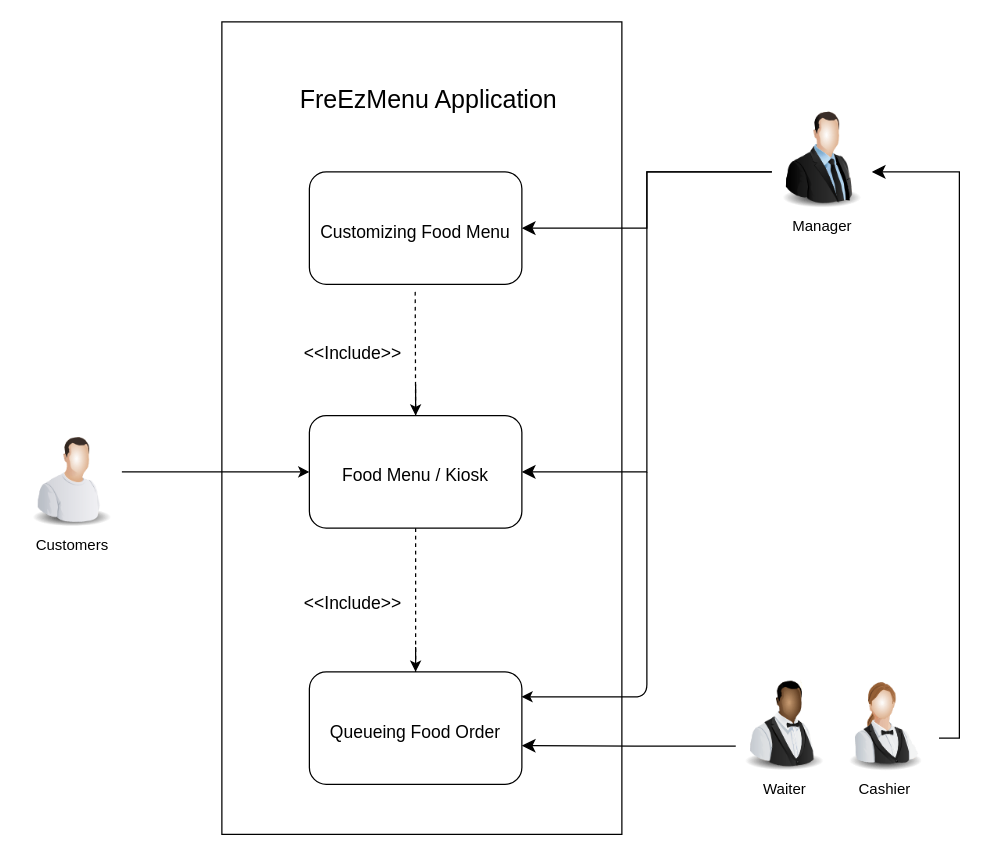
alexxGmZ/MenuMaApp keeps this draw.io diagram as DOCS/Diagrams/Use Case Diagram.drawio. Above is the earlier version. Source tidied: cells renumbered, new cells numbered last; positions are measured from the earlier drawing's top-left corner, leaving out a move shared by most shapes. Both pictures are drawn from the tidied source at 125%, with x=0, y=0 at pixel (21, 21).
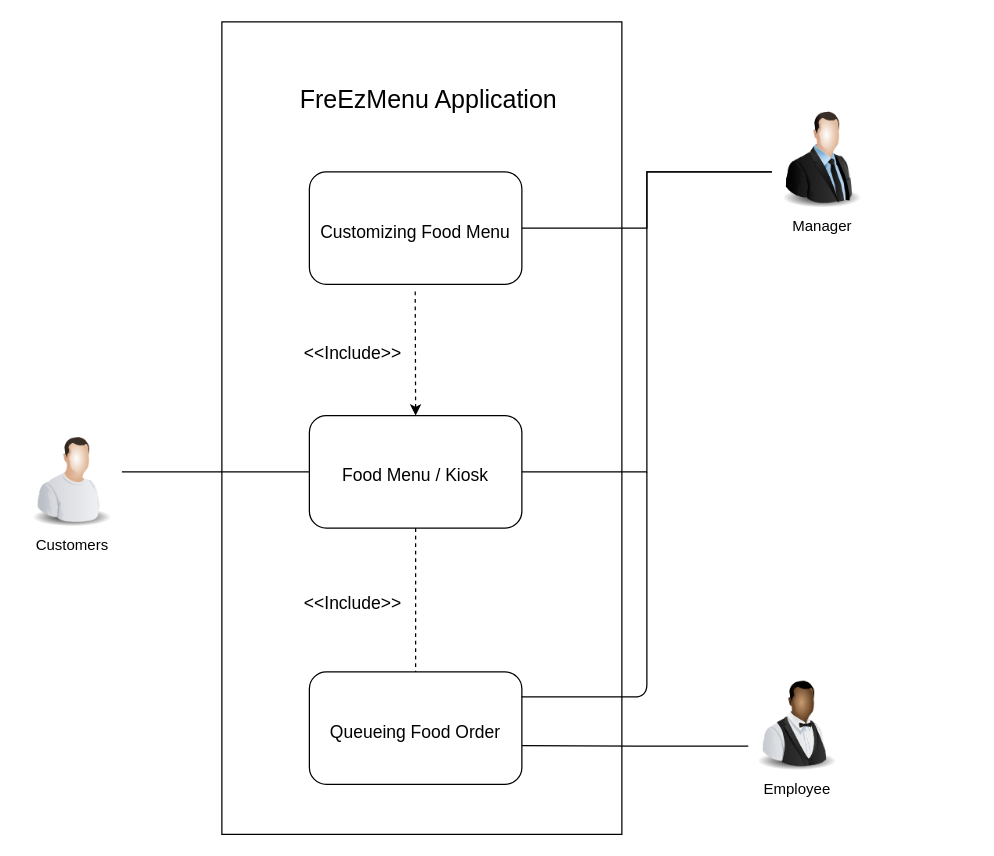
After the change.

Commit message:
diagram(usecase diagram): modified

Unchanged cells that the change refers to:
```xml
<mxCell id="3" value="&lt;span style=&quot;font-size: 14px;&quot;&gt;Food Menu / Kiosk&lt;/span&gt;" style="rounded=1;whiteSpace=wrap;html=1;fontSize=20;" parent="1" vertex="1">
  <mxGeometry x="230" y="315" width="170" height="90" as="geometry" />
</mxCell>
<mxCell id="4" value="&lt;span style=&quot;font-size: 14px;&quot;&gt;Customizing Food Menu&lt;/span&gt;" style="rounded=1;whiteSpace=wrap;html=1;fontSize=20;" parent="1" vertex="1">
  <mxGeometry x="230" y="120" width="170" height="90" as="geometry" />
</mxCell>
<mxCell id="5" value="&lt;span style=&quot;font-size: 14px;&quot;&gt;Queueing Food Order&lt;/span&gt;" style="rounded=1;whiteSpace=wrap;html=1;fontSize=20;" parent="1" vertex="1">
  <mxGeometry x="230" y="520" width="170" height="90" as="geometry" />
</mxCell>
<mxCell id="18" value="Manager" style="image;html=1;image=img/lib/clip_art/people/Suit_Man_128x128.png;" parent="1" vertex="1">
  <mxGeometry x="600" y="70" width="80" height="80" as="geometry" />
</mxCell>
```

What changed in the source:
```diff
@@
-    <mxCell id="6" style="endArrow=classic;html=1;fontSize=14;" parent="1" edge="1" target="3">
+    <mxCell id="6" style="endArrow=none;html=1;fontSize=14;endFill=0;" parent="1" edge="1" target="3">
       <mxGeometry relative="1" as="geometry">
         <mxPoint x="80" y="360" as="sourcePoint" />
       </mxGeometry>
     </mxCell>
-    <mxCell id="7" style="edgeStyle=elbowEdgeStyle;elbow=horizontal;endArrow=classic;html=1;curved=0;rounded=0;endSize=8;startSize=8;fontSize=14;entryX=1;entryY=0.5;entryDx=0;entryDy=0;" parent="1" edge="1" target="4">
+    <mxCell id="7" style="edgeStyle=elbowEdgeStyle;elbow=horizontal;endArrow=none;html=1;curved=0;rounded=0;endSize=8;startSize=8;fontSize=14;entryX=1;entryY=0.5;entryDx=0;entryDy=0;endFill=0;" parent="1" edge="1" target="4">
       <mxGeometry relative="1" as="geometry">
         <mxPoint x="600" y="120" as="sourcePoint" />
       </mxGeometry>
     </mxCell>
-    <mxCell id="8" style="edgeStyle=elbowEdgeStyle;elbow=horizontal;endArrow=classic;html=1;curved=0;rounded=0;endSize=8;startSize=8;fontSize=14;entryX=1;entryY=0.5;entryDx=0;entryDy=0;exitX=0.014;exitY=0.743;exitDx=0;exitDy=0;exitPerimeter=0;" parent="1" edge="1" source="19">
+    <mxCell id="8" style="edgeStyle=elbowEdgeStyle;elbow=horizontal;endArrow=none;html=1;curved=0;rounded=0;endSize=8;startSize=8;fontSize=14;entryX=1;entryY=0.5;entryDx=0;entryDy=0;exitX=0.014;exitY=0.743;exitDx=0;exitDy=0;exitPerimeter=0;endFill=0;" parent="1" edge="1" source="19">
       <mxGeometry relative="1" as="geometry">
         <mxPoint x="400" y="579" as="targetPoint" />
         <Array as="points">
           <mxPoint x="490" y="570" />
         </Array>
       </mxGeometry>
     </mxCell>
-    <mxCell id="9" style="edgeStyle=elbowEdgeStyle;elbow=vertical;endArrow=classic;html=1;curved=0;rounded=0;endSize=8;startSize=8;fontSize=14;entryX=1;entryY=0.625;entryDx=0;entryDy=0;entryPerimeter=0;exitX=1.046;exitY=0.663;exitDx=0;exitDy=0;exitPerimeter=0;" parent="1" edge="1" source="20" target="18">
-      <mxGeometry relative="1" as="geometry">
-        <Array as="points">
-          <mxPoint x="750" y="300" />
-        </Array>
-      </mxGeometry>
-    </mxCell>
-    <mxCell id="10" style="endArrow=none;dashed=1;html=1;fontSize=14;exitX=0.5;exitY=0;exitDx=0;exitDy=0;entryX=0.498;entryY=1.034;entryDx=0;entryDy=0;entryPerimeter=0;" parent="1" edge="1" source="3" target="4">
+    <mxCell id="10" style="endArrow=none;dashed=1;html=1;fontSize=14;exitX=0.5;exitY=0;exitDx=0;exitDy=0;entryX=0.498;entryY=1.034;entryDx=0;entryDy=0;entryPerimeter=0;endFill=0;startArrow=classic;startFill=1;" parent="1" edge="1" source="3" target="4">
       <mxGeometry relative="1" as="geometry" />
     </mxCell>
-    <mxCell id="11" style="endArrow=classic;html=1;fontSize=14;entryX=0.5;entryY=0;entryDx=0;entryDy=0;" parent="1" edge="1" target="3">
-      <mxGeometry relative="1" as="geometry">
-        <mxPoint x="315" y="290" as="sourcePoint" />
-      </mxGeometry>
-    </mxCell>
@@
-    <mxCell id="13" style="edgeStyle=segmentEdgeStyle;endArrow=classic;html=1;curved=0;rounded=0;endSize=8;startSize=8;fontSize=14;entryX=1;entryY=0.5;entryDx=0;entryDy=0;" parent="1" edge="1" target="3">
+    <mxCell id="13" style="edgeStyle=segmentEdgeStyle;endArrow=none;html=1;curved=0;rounded=0;endSize=8;startSize=8;fontSize=14;entryX=1;entryY=0.5;entryDx=0;entryDy=0;endFill=0;" parent="1" edge="1" target="3">
       <mxGeometry relative="1" as="geometry">
         <mxPoint x="600" y="120" as="sourcePoint" />
         <Array as="points">
           <mxPoint x="500" y="120" />
           <mxPoint x="500" y="360" />
         </Array>
       </mxGeometry>
     </mxCell>
@@
-    <mxCell id="15" style="endArrow=classic;html=1;fontSize=14;" parent="1" edge="1">
-      <mxGeometry relative="1" as="geometry">
-        <mxPoint x="315" y="500" as="sourcePoint" />
-        <mxPoint x="315" y="520" as="targetPoint" />
-      </mxGeometry>
-    </mxCell>
@@
-    <mxCell id="17" style="endArrow=classic;html=1;fontSize=14;entryX=0.998;entryY=0.222;entryDx=0;entryDy=0;entryPerimeter=0;" parent="1" edge="1" target="5">
+    <mxCell id="17" style="endArrow=none;html=1;fontSize=14;entryX=0.998;entryY=0.222;entryDx=0;entryDy=0;entryPerimeter=0;endFill=0;" parent="1" edge="1" target="5">
       <mxGeometry relative="1" as="geometry">
         <mxPoint x="500" y="360" as="sourcePoint" />
         <Array as="points">
           <mxPoint x="500" y="540" />
         </Array>
       </mxGeometry>
     </mxCell>
@@
-    <mxCell id="19" value="Waiter" style="image;html=1;image=img/lib/clip_art/people/Waiter_Black_128x128.png;" parent="1" vertex="1">
-      <mxGeometry x="570" y="520" width="80" height="80" as="geometry" />
+    <mxCell id="19" value="Employee" style="image;html=1;image=img/lib/clip_art/people/Waiter_Black_128x128.png;" parent="1" vertex="1">
+      <mxGeometry x="580" y="520" width="80" height="80" as="geometry" />
     </mxCell>
-    <mxCell id="20" value="Cashier" style="image;html=1;image=img/lib/clip_art/people/Waiter_Woman_128x128.png;" parent="1" vertex="1">
-      <mxGeometry x="650" y="520" width="80" height="80" as="geometry" />
-    </mxCell>
```
